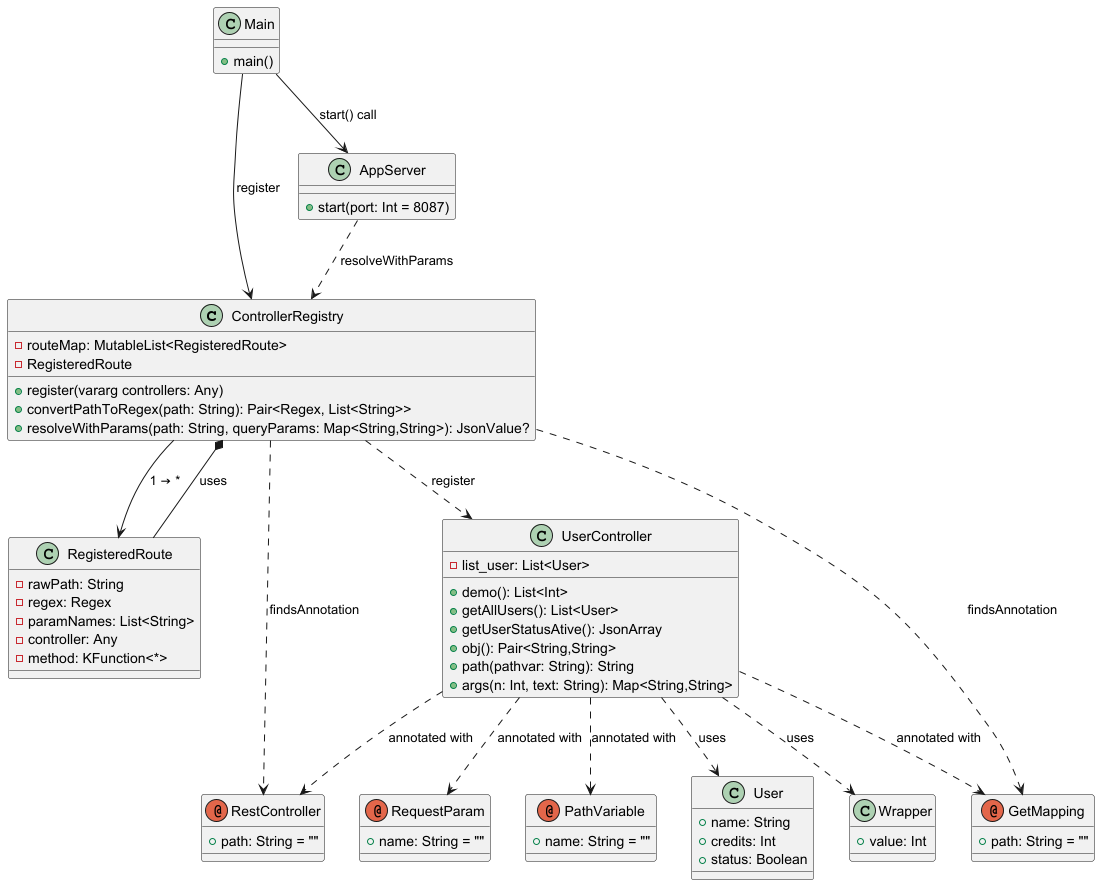
The PlantUML diagram diagram_http_get.png in JNSD123/fromJson, before a commit.
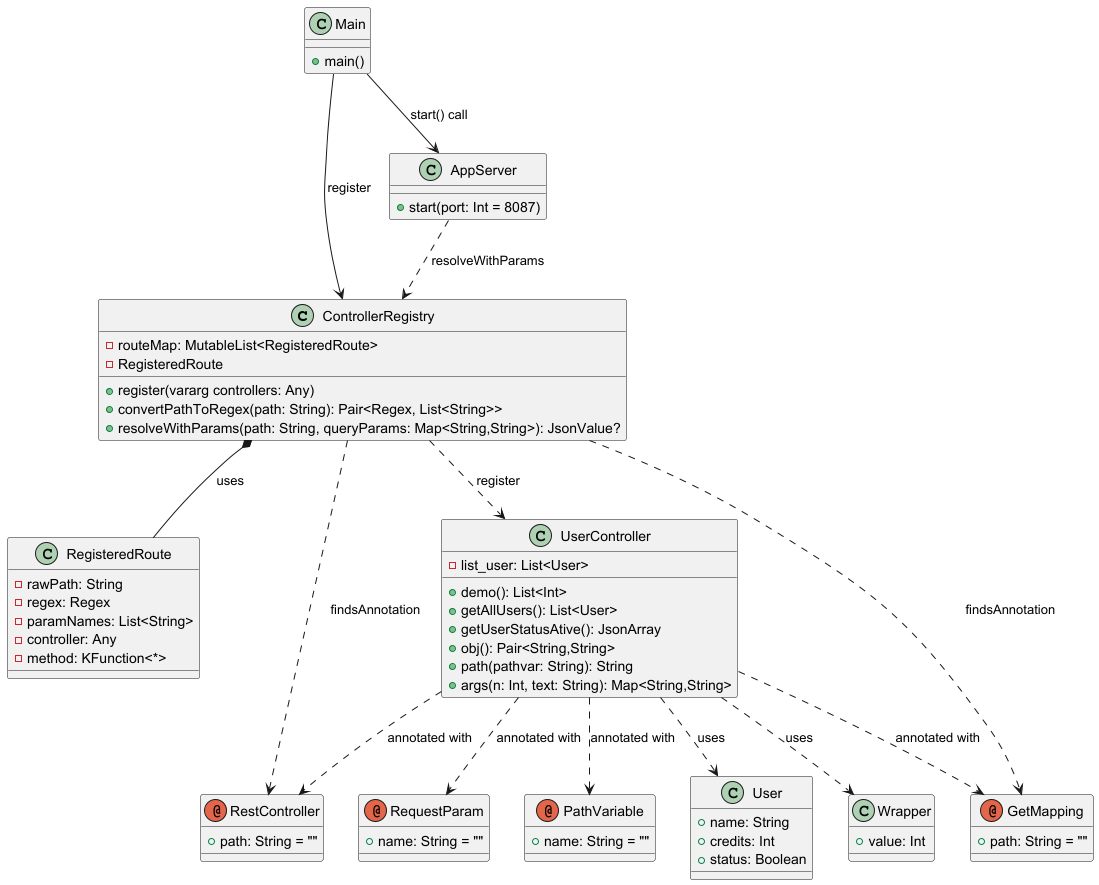
Above is the later version.

Commit message:
Merge remote-tracking branch 'origin/master' atualização UML ControllerRegistry relação

Diff of the diagram source:
```diff
@@ -70,7 +70,6 @@
 
 ControllerRegistry ..> RestController : findsAnnotation
 ControllerRegistry ..> GetMapping : findsAnnotation
-ControllerRegistry --> RegisteredRoute : 1 → *
 UserController ..> RestController : annotated with
 UserController ..> GetMapping : annotated with
 UserController ..> RequestParam : annotated with
```
